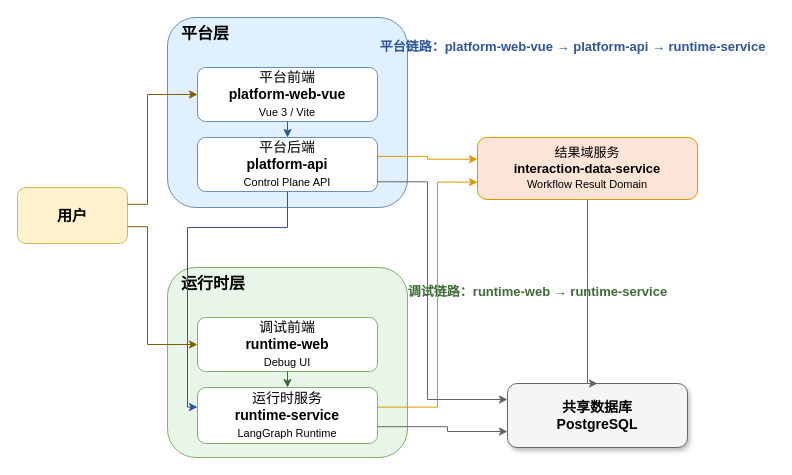
Before: docs/diagrams/system-architecture.zh.drawio in ljxpython/ai-agent-platform, a draw.io diagram. Source tidied: cells renumbered, new cells numbered last; positions are measured from the earlier drawing's top-left corner, leaving out a move shared by most shapes. Both pictures are drawn from the tidied source at 100%, with x=0, y=0 at pixel (17, 17).
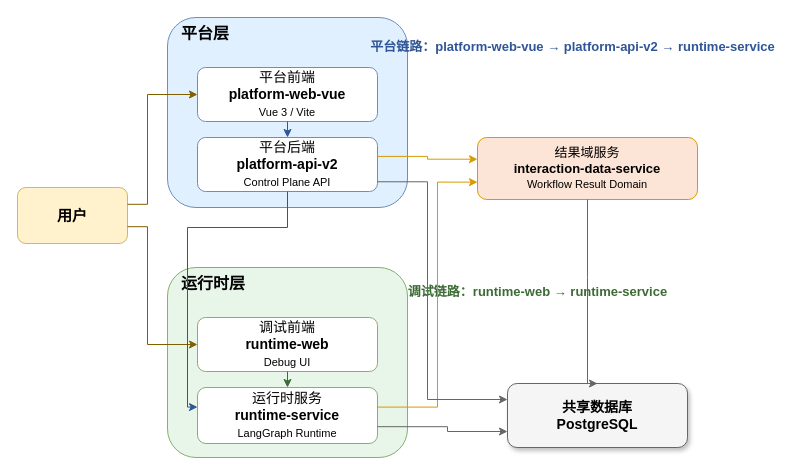
After the change.

The edit, as a diff of the source:
```diff
@@
-    <mxCell id="5" value="平台后端&lt;br/&gt;&lt;b&gt;platform-api&lt;/b&gt;&lt;br/&gt;&lt;font style=&quot;font-size:11px;&quot;&gt;Control Plane API&lt;/font&gt;" style="rounded=1;whiteSpace=wrap;html=1;fillColor=#FFFFFF;strokeColor=#6C8EBF;fontSize=14;align=center;verticalAlign=middle;" parent="1" vertex="1">
+    <mxCell id="5" value="平台后端&lt;br/&gt;&lt;b&gt;platform-api-v2&lt;/b&gt;&lt;br/&gt;&lt;font style=&quot;font-size:11px;&quot;&gt;Control Plane API&lt;/font&gt;" style="rounded=1;whiteSpace=wrap;html=1;fillColor=#FFFFFF;strokeColor=#6C8EBF;fontSize=14;align=center;verticalAlign=middle;" parent="1" vertex="1">
       <mxGeometry x="180" y="120" width="180" height="54" as="geometry" />
     </mxCell>
@@
-    <mxCell id="11" value="平台链路：platform-web-vue → platform-api → runtime-service" style="text;html=1;strokeColor=none;fillColor=none;align=center;verticalAlign=middle;fontSize=13;fontStyle=1;fontColor=#2F5597;" parent="1" vertex="1">
+    <mxCell id="11" value="平台链路：platform-web-vue → platform-api-v2 → runtime-service" style="text;html=1;strokeColor=none;fillColor=none;align=center;verticalAlign=middle;fontSize=13;fontStyle=1;fontColor=#2F5597;" parent="1" vertex="1">
       <mxGeometry x="390" y="15" width="330" height="28" as="geometry" />
     </mxCell>
```
